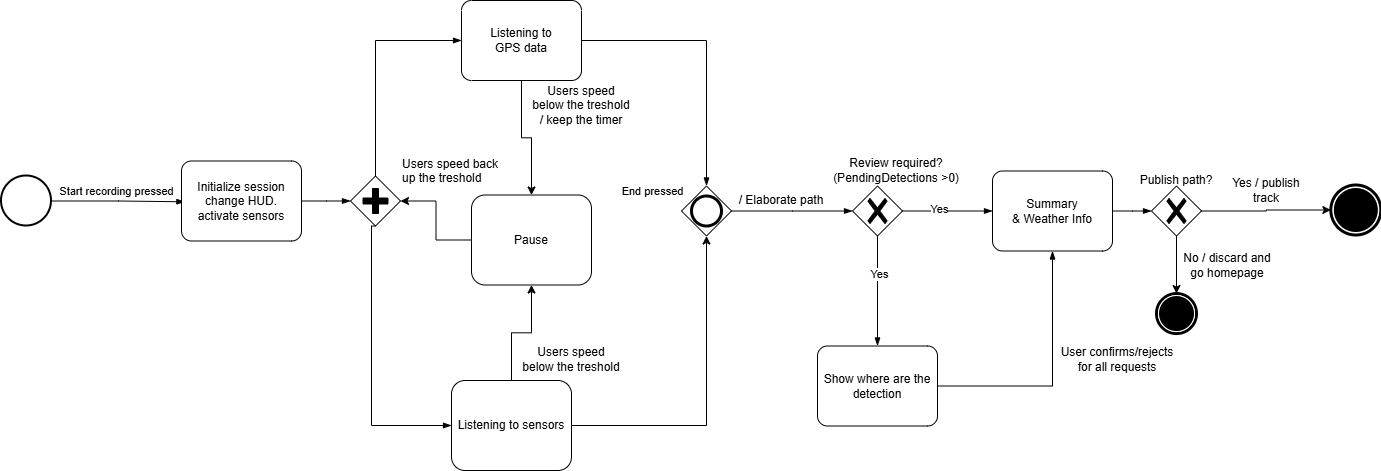
Above: RASD/LaTeXCode/images/ActivityDiagrams/AutomaticRecording.drawio.png in jacopobellosi/Bellosi-Montanelli-Tempobono (draw.io), before the change. Source tidied: cells renumbered, new cells last; positions are measured from the earlier drawing's top-left corner, leaving out a move shared by most shapes.
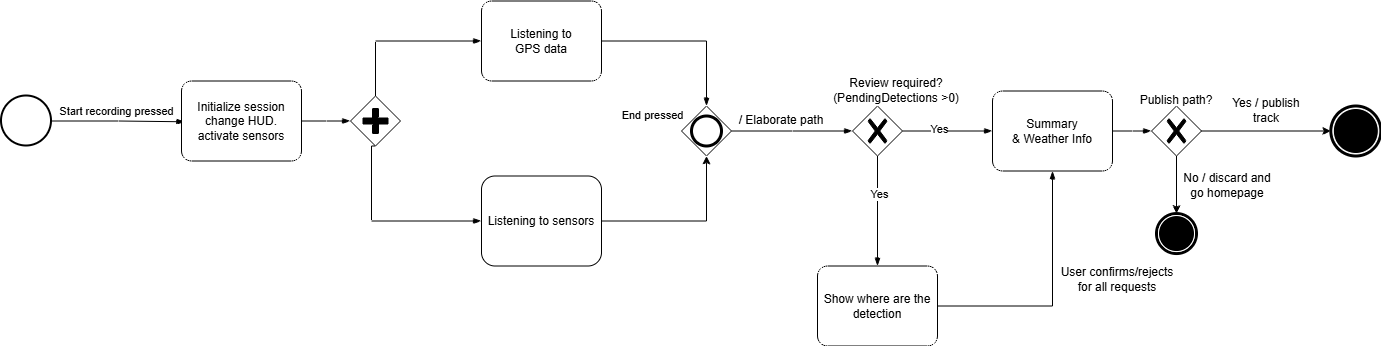
After the commit.

Diff of the diagram source:
```diff
@@ -2,13 +2,13 @@
   <root>
     <mxCell id="0" />
     <mxCell id="1" parent="0" />
-    <mxCell id="2" style="strokeWidth=2;html=1;shape=mxgraph.flowchart.start_2;whiteSpace=wrap;" parent="1" vertex="1">
-      <mxGeometry y="175.5" width="50" height="50" as="geometry" />
-    </mxCell>
-    <mxCell id="3" style="edgeStyle=elbowEdgeStyle;fontSize=12;html=1;endArrow=blockThin;endFill=1;rounded=0;exitX=1;exitY=0.5;exitDx=0;exitDy=0;exitPerimeter=0;entryX=0.028;entryY=0.51;entryDx=0;entryDy=0;entryPerimeter=0;" parent="1" edge="1" source="2" target="5">
-      <mxGeometry relative="1" as="geometry" />
-    </mxCell>
+    <mxCell id="44" style="strokeWidth=2;html=1;shape=mxgraph.flowchart.start_2;whiteSpace=wrap;" parent="1" vertex="1">
+      <mxGeometry y="175.5" width="50" height="50" as="geometry" />
+    </mxCell>
+    <mxCell id="45" style="edgeStyle=elbowEdgeStyle;fontSize=12;html=1;endArrow=blockThin;endFill=1;rounded=0;exitX=1;exitY=0.5;exitDx=0;exitDy=0;exitPerimeter=0;entryX=0.028;entryY=0.51;entryDx=0;entryDy=0;entryPerimeter=0;" parent="1" edge="1" source="44" target="5">
+      <mxGeometry relative="1" as="geometry" />
+    </mxCell>
-    <mxCell id="4" value="Start recording pressed" style="edgeLabel;html=1;align=center;verticalAlign=middle;" parent="3" vertex="1">
+    <mxCell id="4" value="Start recording pressed" style="edgeLabel;html=1;align=center;verticalAlign=middle;" parent="45" vertex="1">
       <mxGeometry x="-0.15" y="1" relative="1" as="geometry">
         <mxPoint x="7" y="-9" as="offset" />
       </mxGeometry>
@@ -16,53 +16,50 @@
     <mxCell id="5" value="Initialize session&lt;div&gt;change HUD.&lt;/div&gt;&lt;div&gt;activate sensors&lt;/div&gt;" style="points=[[0.25,0,0],[0.5,0,0],[0.75,0,0],[1,0.25,0],[1,0.5,0],[1,0.75,0],[0.75,1,0],[0.5,1,0],[0.25,1,0],[0,0.75,0],[0,0.5,0],[0,0.25,0]];shape=mxgraph.bpmn.task2;whiteSpace=wrap;rectStyle=rounded;size=10;html=1;taskMarker=abstract;" parent="1" vertex="1">
       <mxGeometry x="180" y="160.5" width="120" height="80" as="geometry" />
     </mxCell>
-    <mxCell id="6" style="edgeStyle=elbowEdgeStyle;fontSize=12;html=1;endArrow=blockThin;endFill=1;rounded=0;exitX=1;exitY=0.5;exitDx=0;exitDy=0;exitPerimeter=0;entryX=0;entryY=0.5;entryDx=0;entryDy=0;entryPerimeter=0;" parent="1" edge="1" source="5" target="7">
-      <mxGeometry relative="1" as="geometry" />
-    </mxCell>
-    <mxCell id="7" style="points=[[0.25,0.25,0],[0.5,0,0],[0.75,0.25,0],[1,0.5,0],[0.75,0.75,0],[0.5,1,0],[0.25,0.75,0],[0,0.5,0]];shape=mxgraph.bpmn.gateway2;html=1;verticalLabelPosition=bottom;labelBackgroundColor=#ffffff;verticalAlign=top;align=center;perimeter=rhombusPerimeter;outlineConnect=0;outline=none;symbol=none;gwType=parallel;" parent="1" vertex="1">
-      <mxGeometry x="349" y="175.5" width="50" height="50" as="geometry" />
-    </mxCell>
-    <mxCell id="8" style="edgeStyle=orthogonalEdgeStyle;rounded=0;jettySize=auto;html=1;entryX=0.5;entryY=0;entryDx=0;entryDy=0;" parent="1" edge="1" source="9" target="39">
-      <mxGeometry relative="1" as="geometry" />
-    </mxCell>
+    <mxCell id="46" style="edgeStyle=elbowEdgeStyle;fontSize=12;html=1;endArrow=blockThin;endFill=1;rounded=0;exitX=1;exitY=0.5;exitDx=0;exitDy=0;exitPerimeter=0;entryX=0;entryY=0.5;entryDx=0;entryDy=0;entryPerimeter=0;" parent="1" edge="1" source="5" target="47">
+      <mxGeometry relative="1" as="geometry" />
+    </mxCell>
+    <mxCell id="47" style="points=[[0.25,0.25,0],[0.5,0,0],[0.75,0.25,0],[1,0.5,0],[0.75,0.75,0],[0.5,1,0],[0.25,0.75,0],[0,0.5,0]];shape=mxgraph.bpmn.gateway2;html=1;verticalLabelPosition=bottom;labelBackgroundColor=#ffffff;verticalAlign=top;align=center;perimeter=rhombusPerimeter;outlineConnect=0;outline=none;symbol=none;gwType=parallel;" parent="1" vertex="1">
+      <mxGeometry x="349" y="175.5" width="50" height="50" as="geometry" />
+    </mxCell>
     <mxCell id="9" value="Listening to &lt;br&gt;GPS data" style="points=[[0.25,0,0],[0.5,0,0],[0.75,0,0],[1,0.25,0],[1,0.5,0],[1,0.75,0],[0.75,1,0],[0.5,1,0],[0.25,1,0],[0,0.75,0],[0,0.5,0],[0,0.25,0]];shape=mxgraph.bpmn.task2;whiteSpace=wrap;rectStyle=rounded;size=10;html=1;taskMarker=abstract;" parent="1" vertex="1">
-      <mxGeometry x="460" width="120" height="80" as="geometry" />
+      <mxGeometry x="480" y="80.5" width="120" height="80" as="geometry" />
     </mxCell>
-    <mxCell id="10" style="edgeStyle=elbowEdgeStyle;fontSize=12;html=1;endArrow=blockThin;endFill=1;rounded=0;exitX=0.5;exitY=0;exitDx=0;exitDy=0;exitPerimeter=0;entryX=0;entryY=0.5;entryDx=0;entryDy=0;entryPerimeter=0;" parent="1" edge="1" source="7" target="9">
-      <mxGeometry relative="1" as="geometry">
-        <Array as="points">
-          <mxPoint x="374" y="110" />
-        </Array>
-      </mxGeometry>
-    </mxCell>
-    <mxCell id="11" style="points=[[0.25,0.25,0],[0.5,0,0],[0.75,0.25,0],[1,0.5,0],[0.75,0.75,0],[0.5,1,0],[0.25,0.75,0],[0,0.5,0]];shape=mxgraph.bpmn.gateway2;html=1;verticalLabelPosition=bottom;labelBackgroundColor=#ffffff;verticalAlign=top;align=center;perimeter=rhombusPerimeter;outlineConnect=0;outline=end;symbol=general;" parent="1" vertex="1">
-      <mxGeometry x="680" y="185.5" width="50" height="50" as="geometry" />
-    </mxCell>
-    <mxCell id="12" style="edgeStyle=elbowEdgeStyle;fontSize=12;html=1;endArrow=blockThin;endFill=1;rounded=0;exitX=0.5;exitY=1;exitDx=0;exitDy=0;exitPerimeter=0;entryX=0;entryY=0.5;entryDx=0;entryDy=0;entryPerimeter=0;" parent="1" edge="1" source="7" target="38">
-      <mxGeometry relative="1" as="geometry">
-        <Array as="points">
-          <mxPoint x="370" y="320" />
-        </Array>
-      </mxGeometry>
-    </mxCell>
-    <mxCell id="13" style="edgeStyle=elbowEdgeStyle;fontSize=12;html=1;endArrow=blockThin;endFill=1;rounded=0;exitX=1;exitY=0.5;exitDx=0;exitDy=0;exitPerimeter=0;entryX=0.5;entryY=0;entryDx=0;entryDy=0;entryPerimeter=0;" parent="1" edge="1" source="9" target="11">
-      <mxGeometry relative="1" as="geometry">
-        <Array as="points">
-          <mxPoint x="705" y="120" />
-        </Array>
-      </mxGeometry>
-    </mxCell>
+    <mxCell id="48" style="edgeStyle=elbowEdgeStyle;fontSize=12;html=1;endArrow=blockThin;endFill=1;rounded=0;exitX=0.5;exitY=0;exitDx=0;exitDy=0;exitPerimeter=0;entryX=0;entryY=0.5;entryDx=0;entryDy=0;entryPerimeter=0;" parent="1" edge="1" source="47" target="9">
+      <mxGeometry relative="1" as="geometry">
+        <Array as="points">
+          <mxPoint x="374" y="110" />
+        </Array>
+      </mxGeometry>
+    </mxCell>
+    <mxCell id="49" style="points=[[0.25,0.25,0],[0.5,0,0],[0.75,0.25,0],[1,0.5,0],[0.75,0.75,0],[0.5,1,0],[0.25,0.75,0],[0,0.5,0]];shape=mxgraph.bpmn.gateway2;html=1;verticalLabelPosition=bottom;labelBackgroundColor=#ffffff;verticalAlign=top;align=center;perimeter=rhombusPerimeter;outlineConnect=0;outline=end;symbol=general;" parent="1" vertex="1">
+      <mxGeometry x="680" y="185.5" width="50" height="50" as="geometry" />
+    </mxCell>
+    <mxCell id="50" style="edgeStyle=elbowEdgeStyle;fontSize=12;html=1;endArrow=blockThin;endFill=1;rounded=0;exitX=0.5;exitY=1;exitDx=0;exitDy=0;exitPerimeter=0;entryX=0;entryY=0.5;entryDx=0;entryDy=0;entryPerimeter=0;" parent="1" edge="1" source="47" target="38">
+      <mxGeometry relative="1" as="geometry">
+        <Array as="points">
+          <mxPoint x="370" y="320" />
+        </Array>
+      </mxGeometry>
+    </mxCell>
+    <mxCell id="51" style="edgeStyle=elbowEdgeStyle;fontSize=12;html=1;endArrow=blockThin;endFill=1;rounded=0;exitX=1;exitY=0.5;exitDx=0;exitDy=0;exitPerimeter=0;entryX=0.5;entryY=0;entryDx=0;entryDy=0;entryPerimeter=0;" parent="1" edge="1" source="9" target="49">
+      <mxGeometry relative="1" as="geometry">
+        <Array as="points">
+          <mxPoint x="705" y="120" />
+        </Array>
+      </mxGeometry>
+    </mxCell>
-    <mxCell id="14" value="End pressed" style="edgeLabel;html=1;align=center;verticalAlign=middle;" parent="13" vertex="1">
+    <mxCell id="14" value="End pressed" style="edgeLabel;html=1;align=center;verticalAlign=middle;" parent="51" vertex="1">
       <mxGeometry x="-0.23" y="2" relative="1" as="geometry">
-        <mxPoint x="-34" y="152" as="offset" />
+        <mxPoint x="-16" y="76" as="offset" />
       </mxGeometry>
     </mxCell>
-    <mxCell id="15" style="edgeStyle=elbowEdgeStyle;fontSize=12;html=1;endArrow=blockThin;endFill=1;rounded=0;exitX=1;exitY=0.5;exitDx=0;exitDy=0;exitPerimeter=0;entryX=0;entryY=0.5;entryDx=0;entryDy=0;entryPerimeter=0;" parent="1" edge="1" source="11" target="16">
-      <mxGeometry relative="1" as="geometry" />
-    </mxCell>
-    <mxCell id="16" style="points=[[0.25,0.25,0],[0.5,0,0],[0.75,0.25,0],[1,0.5,0],[0.75,0.75,0],[0.5,1,0],[0.25,0.75,0],[0,0.5,0]];shape=mxgraph.bpmn.gateway2;html=1;verticalLabelPosition=bottom;labelBackgroundColor=#ffffff;verticalAlign=top;align=center;perimeter=rhombusPerimeter;outlineConnect=0;outline=none;symbol=none;gwType=exclusive;" parent="1" vertex="1">
-      <mxGeometry x="851" y="185.5" width="50" height="50" as="geometry" />
-    </mxCell>
+    <mxCell id="52" style="edgeStyle=elbowEdgeStyle;fontSize=12;html=1;endArrow=blockThin;endFill=1;rounded=0;exitX=1;exitY=0.5;exitDx=0;exitDy=0;exitPerimeter=0;entryX=0;entryY=0.5;entryDx=0;entryDy=0;entryPerimeter=0;" parent="1" edge="1" source="49" target="53">
+      <mxGeometry relative="1" as="geometry" />
+    </mxCell>
+    <mxCell id="53" style="points=[[0.25,0.25,0],[0.5,0,0],[0.75,0.25,0],[1,0.5,0],[0.75,0.75,0],[0.5,1,0],[0.25,0.75,0],[0,0.5,0]];shape=mxgraph.bpmn.gateway2;html=1;verticalLabelPosition=bottom;labelBackgroundColor=#ffffff;verticalAlign=top;align=center;perimeter=rhombusPerimeter;outlineConnect=0;outline=none;symbol=none;gwType=exclusive;" parent="1" vertex="1">
+      <mxGeometry x="851" y="185.5" width="50" height="50" as="geometry" />
+    </mxCell>
     <mxCell id="17" value="Review required?&lt;div&gt;(PendingDetections &amp;gt;0)&lt;/div&gt;" style="text;html=1;whiteSpace=wrap;strokeColor=none;fillColor=none;align=center;verticalAlign=middle;rounded=0;" parent="1" vertex="1">
       <mxGeometry x="830" y="154.5" width="130" height="30" as="geometry" />
     </mxCell>
@@ -72,20 +69,20 @@
     <mxCell id="19" value="Show where are the detection" style="points=[[0.25,0,0],[0.5,0,0],[0.75,0,0],[1,0.25,0],[1,0.5,0],[1,0.75,0],[0.75,1,0],[0.5,1,0],[0.25,1,0],[0,0.75,0],[0,0.5,0],[0,0.25,0]];shape=mxgraph.bpmn.task2;whiteSpace=wrap;rectStyle=rounded;size=10;html=1;taskMarker=abstract;" parent="1" vertex="1">
       <mxGeometry x="816" y="345.5" width="120" height="80" as="geometry" />
     </mxCell>
-    <mxCell id="20" style="edgeStyle=elbowEdgeStyle;fontSize=12;html=1;endArrow=blockThin;endFill=1;rounded=0;exitX=0.5;exitY=1;exitDx=0;exitDy=0;exitPerimeter=0;entryX=0.5;entryY=0;entryDx=0;entryDy=0;entryPerimeter=0;" parent="1" edge="1" source="16" target="19">
-      <mxGeometry relative="1" as="geometry" />
-    </mxCell>
-    <mxCell id="21" value="Yes" style="edgeLabel;html=1;align=center;verticalAlign=middle;" parent="20" vertex="1">
-      <mxGeometry x="-0.31" y="1" relative="1" as="geometry" />
-    </mxCell>
-    <mxCell id="22" style="edgeStyle=elbowEdgeStyle;fontSize=12;html=1;endArrow=blockThin;endFill=1;rounded=0;exitX=1;exitY=0.5;exitDx=0;exitDy=0;exitPerimeter=0;" parent="1" edge="1" source="16">
-      <mxGeometry relative="1" as="geometry">
-        <mxPoint x="991" y="210.5" as="targetPoint" />
-      </mxGeometry>
-    </mxCell>
-    <mxCell id="23" value="Yes" style="edgeLabel;html=1;align=center;verticalAlign=middle;" parent="22" vertex="1">
-      <mxGeometry x="-0.2" y="2" relative="1" as="geometry" />
-    </mxCell>
+    <mxCell id="54" style="edgeStyle=elbowEdgeStyle;fontSize=12;html=1;endArrow=blockThin;endFill=1;rounded=0;exitX=0.5;exitY=1;exitDx=0;exitDy=0;exitPerimeter=0;entryX=0.5;entryY=0;entryDx=0;entryDy=0;entryPerimeter=0;" parent="1" edge="1" source="53" target="19">
+      <mxGeometry relative="1" as="geometry" />
+    </mxCell>
+    <mxCell id="55" value="Yes" style="edgeLabel;html=1;align=center;verticalAlign=middle;" parent="54" vertex="1">
+      <mxGeometry x="-0.31" y="1" relative="1" as="geometry" />
+    </mxCell>
+    <mxCell id="56" style="edgeStyle=elbowEdgeStyle;fontSize=12;html=1;endArrow=blockThin;endFill=1;rounded=0;exitX=1;exitY=0.5;exitDx=0;exitDy=0;exitPerimeter=0;" parent="1" edge="1" source="53">
+      <mxGeometry relative="1" as="geometry">
+        <mxPoint x="991" y="210.5" as="targetPoint" />
+      </mxGeometry>
+    </mxCell>
+    <mxCell id="57" value="Yes" style="edgeLabel;html=1;align=center;verticalAlign=middle;" parent="56" vertex="1">
+      <mxGeometry x="-0.2" y="2" relative="1" as="geometry" />
+    </mxCell>
     <mxCell id="24" style="edgeStyle=elbowEdgeStyle;fontSize=12;html=1;endArrow=blockThin;endFill=1;rounded=0;exitX=1;exitY=0.5;exitDx=0;exitDy=0;exitPerimeter=0;entryX=0.5;entryY=1;entryDx=0;entryDy=0;entryPerimeter=0;" parent="1" edge="1" source="19" target="18">
       <mxGeometry relative="1" as="geometry">
         <Array as="points">
@@ -93,62 +90,44 @@
         </Array>
       </mxGeometry>
     </mxCell>
-    <mxCell id="25" style="edgeStyle=elbowEdgeStyle;fontSize=12;html=1;endArrow=blockThin;endFill=1;rounded=0;exitX=1;exitY=0.5;exitDx=0;exitDy=0;exitPerimeter=0;entryX=0;entryY=0.5;entryDx=0;entryDy=0;entryPerimeter=0;" parent="1" edge="1" source="18" target="31">
-      <mxGeometry relative="1" as="geometry" />
-    </mxCell>
-    <mxCell id="26" style="points=[[0.145,0.145,0],[0.5,0,0],[0.855,0.145,0],[1,0.5,0],[0.855,0.855,0],[0.5,1,0],[0.145,0.855,0],[0,0.5,0]];shape=mxgraph.bpmn.event;html=1;verticalLabelPosition=bottom;labelBackgroundColor=#ffffff;verticalAlign=top;align=center;perimeter=ellipsePerimeter;outlineConnect=0;outline=end;symbol=terminate;" parent="1" vertex="1">
-      <mxGeometry x="1329.3" y="184.5" width="50" height="50" as="geometry" />
-    </mxCell>
+    <mxCell id="58" style="edgeStyle=elbowEdgeStyle;fontSize=12;html=1;endArrow=blockThin;endFill=1;rounded=0;exitX=1;exitY=0.5;exitDx=0;exitDy=0;exitPerimeter=0;entryX=0;entryY=0.5;entryDx=0;entryDy=0;entryPerimeter=0;" parent="1" edge="1" source="18" target="62">
+      <mxGeometry relative="1" as="geometry" />
+    </mxCell>
+    <mxCell id="59" style="points=[[0.145,0.145,0],[0.5,0,0],[0.855,0.145,0],[1,0.5,0],[0.855,0.855,0],[0.5,1,0],[0.145,0.855,0],[0,0.5,0]];shape=mxgraph.bpmn.event;html=1;verticalLabelPosition=bottom;labelBackgroundColor=#ffffff;verticalAlign=top;align=center;perimeter=ellipsePerimeter;outlineConnect=0;outline=end;symbol=terminate;" parent="1" vertex="1">
+      <mxGeometry x="1329.3" y="185.5" width="50" height="50" as="geometry" />
+    </mxCell>
     <mxCell id="27" value="User confirms/rejects&lt;div&gt;for all requests&lt;/div&gt;" style="text;html=1;whiteSpace=wrap;strokeColor=none;fillColor=none;align=center;verticalAlign=middle;rounded=0;" parent="1" vertex="1">
-      <mxGeometry x="1051" y="344.1" width="130" height="30" as="geometry" />
+      <mxGeometry x="1051" y="344" width="130" height="30" as="geometry" />
     </mxCell>
     <mxCell id="28" value="/ Elaborate path" style="text;html=1;whiteSpace=wrap;strokeColor=none;fillColor=none;align=center;verticalAlign=middle;rounded=0;" parent="1" vertex="1">
       <mxGeometry x="720" y="184.5" width="120" height="30" as="geometry" />
     </mxCell>
-    <mxCell id="29" style="edgeStyle=orthogonalEdgeStyle;rounded=0;jettySize=auto;html=1;" parent="1" edge="1" source="31" target="26">
-      <mxGeometry relative="1" as="geometry" />
-    </mxCell>
-    <mxCell id="30" style="edgeStyle=orthogonalEdgeStyle;rounded=0;jettySize=auto;html=1;entryX=0.5;entryY=0;entryDx=0;entryDy=0;entryPerimeter=0;" parent="1" edge="1" source="31" target="33">
-      <mxGeometry relative="1" as="geometry" />
-    </mxCell>
-    <mxCell id="31" style="points=[[0.25,0.25,0],[0.5,0,0],[0.75,0.25,0],[1,0.5,0],[0.75,0.75,0],[0.5,1,0],[0.25,0.75,0],[0,0.5,0]];shape=mxgraph.bpmn.gateway2;html=1;verticalLabelPosition=bottom;labelBackgroundColor=#ffffff;verticalAlign=top;align=center;perimeter=rhombusPerimeter;outlineConnect=0;outline=none;symbol=none;gwType=exclusive;" parent="1" vertex="1">
-      <mxGeometry x="1150" y="185.5" width="50" height="50" as="geometry" />
-    </mxCell>
+    <mxCell id="60" style="edgeStyle=orthogonalEdgeStyle;rounded=0;jettySize=auto;html=1;" parent="1" edge="1" source="62" target="59">
+      <mxGeometry relative="1" as="geometry" />
+    </mxCell>
+    <mxCell id="61" style="edgeStyle=orthogonalEdgeStyle;rounded=0;jettySize=auto;html=1;entryX=0.5;entryY=0;entryDx=0;entryDy=0;entryPerimeter=0;" parent="1" edge="1" source="62" target="63">
+      <mxGeometry relative="1" as="geometry" />
+    </mxCell>
+    <mxCell id="62" style="points=[[0.25,0.25,0],[0.5,0,0],[0.75,0.25,0],[1,0.5,0],[0.75,0.75,0],[0.5,1,0],[0.25,0.75,0],[0,0.5,0]];shape=mxgraph.bpmn.gateway2;html=1;verticalLabelPosition=bottom;labelBackgroundColor=#ffffff;verticalAlign=top;align=center;perimeter=rhombusPerimeter;outlineConnect=0;outline=none;symbol=none;gwType=exclusive;" parent="1" vertex="1">
+      <mxGeometry x="1150" y="185.5" width="50" height="50" as="geometry" />
+    </mxCell>
     <mxCell id="32" value="Publish path?" style="text;html=1;whiteSpace=wrap;strokeColor=none;fillColor=none;align=center;verticalAlign=middle;rounded=0;" parent="1" vertex="1">
       <mxGeometry x="1130" y="164.5" width="90" height="30" as="geometry" />
     </mxCell>
-    <mxCell id="33" style="points=[[0.145,0.145,0],[0.5,0,0],[0.855,0.145,0],[1,0.5,0],[0.855,0.855,0],[0.5,1,0],[0.145,0.855,0],[0,0.5,0]];shape=mxgraph.bpmn.event;html=1;verticalLabelPosition=bottom;labelBackgroundColor=#ffffff;verticalAlign=top;align=center;perimeter=ellipsePerimeter;outlineConnect=0;outline=end;symbol=terminate;" parent="1" vertex="1">
-      <mxGeometry x="1155" y="293.1" width="40" height="40" as="geometry" />
-    </mxCell>
+    <mxCell id="63" style="points=[[0.145,0.145,0],[0.5,0,0],[0.855,0.145,0],[1,0.5,0],[0.855,0.855,0],[0.5,1,0],[0.145,0.855,0],[0,0.5,0]];shape=mxgraph.bpmn.event;html=1;verticalLabelPosition=bottom;labelBackgroundColor=#ffffff;verticalAlign=top;align=center;perimeter=ellipsePerimeter;outlineConnect=0;outline=end;symbol=terminate;" parent="1" vertex="1">
+      <mxGeometry x="1155" y="293.1" width="40" height="40" as="geometry" />
+    </mxCell>
     <mxCell id="34" value="No / discard and go homepage" style="text;html=1;whiteSpace=wrap;strokeColor=none;fillColor=none;align=center;verticalAlign=middle;rounded=0;" parent="1" vertex="1">
       <mxGeometry x="1181" y="249.5" width="90" height="30" as="geometry" />
     </mxCell>
     <mxCell id="35" value="Yes / publish track" style="text;html=1;whiteSpace=wrap;strokeColor=none;fillColor=none;align=center;verticalAlign=middle;rounded=0;" parent="1" vertex="1">
       <mxGeometry x="1220" y="174.5" width="90" height="30" as="geometry" />
     </mxCell>
-    <mxCell id="36" style="edgeStyle=orthogonalEdgeStyle;rounded=0;jettySize=auto;html=1;" parent="1" edge="1" source="38" target="11">
-      <mxGeometry relative="1" as="geometry" />
-    </mxCell>
-    <mxCell id="37" style="edgeStyle=orthogonalEdgeStyle;rounded=0;jettySize=auto;html=1;exitX=0.5;exitY=0;exitDx=0;exitDy=0;" parent="1" edge="1" source="38" target="39">
-      <mxGeometry relative="1" as="geometry" />
-    </mxCell>
+    <mxCell id="64" style="edgeStyle=orthogonalEdgeStyle;rounded=0;jettySize=auto;html=1;" parent="1" edge="1" source="38" target="49">
+      <mxGeometry relative="1" as="geometry" />
+    </mxCell>
     <mxCell id="38" value="Listening to sensors" style="rounded=1;whiteSpace=wrap;html=1;" parent="1" vertex="1">
-      <mxGeometry x="450" y="380" width="120" height="90" as="geometry" />
+      <mxGeometry x="480" y="255.5" width="120" height="90" as="geometry" />
     </mxCell>
-    <mxCell id="39" value="Pause" style="rounded=1;whiteSpace=wrap;html=1;" parent="1" vertex="1">
-      <mxGeometry x="470" y="194.5" width="120" height="90" as="geometry" />
-    </mxCell>
-    <mxCell id="40" style="edgeStyle=orthogonalEdgeStyle;rounded=0;jettySize=auto;html=1;entryX=1;entryY=0.5;entryDx=0;entryDy=0;entryPerimeter=0;" parent="1" edge="1" source="39" target="7">
-      <mxGeometry relative="1" as="geometry" />
-    </mxCell>
-    <mxCell id="41" value="Users speed below the treshold / keep the timer" style="text;html=1;whiteSpace=wrap;strokeColor=none;fillColor=none;align=center;verticalAlign=middle;rounded=0;" parent="1" vertex="1">
-      <mxGeometry x="530" y="90" width="100" height="30" as="geometry" />
-    </mxCell>
-    <mxCell id="42" value="Users speed below the treshold" style="text;html=1;whiteSpace=wrap;strokeColor=none;fillColor=none;align=center;verticalAlign=middle;rounded=0;" parent="1" vertex="1">
-      <mxGeometry x="520" y="344.1" width="100" height="30" as="geometry" />
-    </mxCell>
-    <mxCell id="43" value="&lt;span style=&quot;color: rgb(0, 0, 0); font-family: Helvetica; font-size: 12px; font-style: normal; font-variant-ligatures: normal; font-variant-caps: normal; font-weight: 400; letter-spacing: normal; orphans: 2; text-align: center; text-indent: 0px; text-transform: none; widows: 2; word-spacing: 0px; -webkit-text-stroke-width: 0px; white-space: normal; text-decoration-thickness: initial; text-decoration-style: initial; text-decoration-color: initial; float: none; display: inline !important;&quot;&gt;Users speed back up the treshold&lt;/span&gt;" style="text;whiteSpace=wrap;html=1;" parent="1" vertex="1">
-      <mxGeometry x="399" y="149.5" width="111" height="40" as="geometry" />
-    </mxCell>
   </root>
 </mxGraphModel>
```
